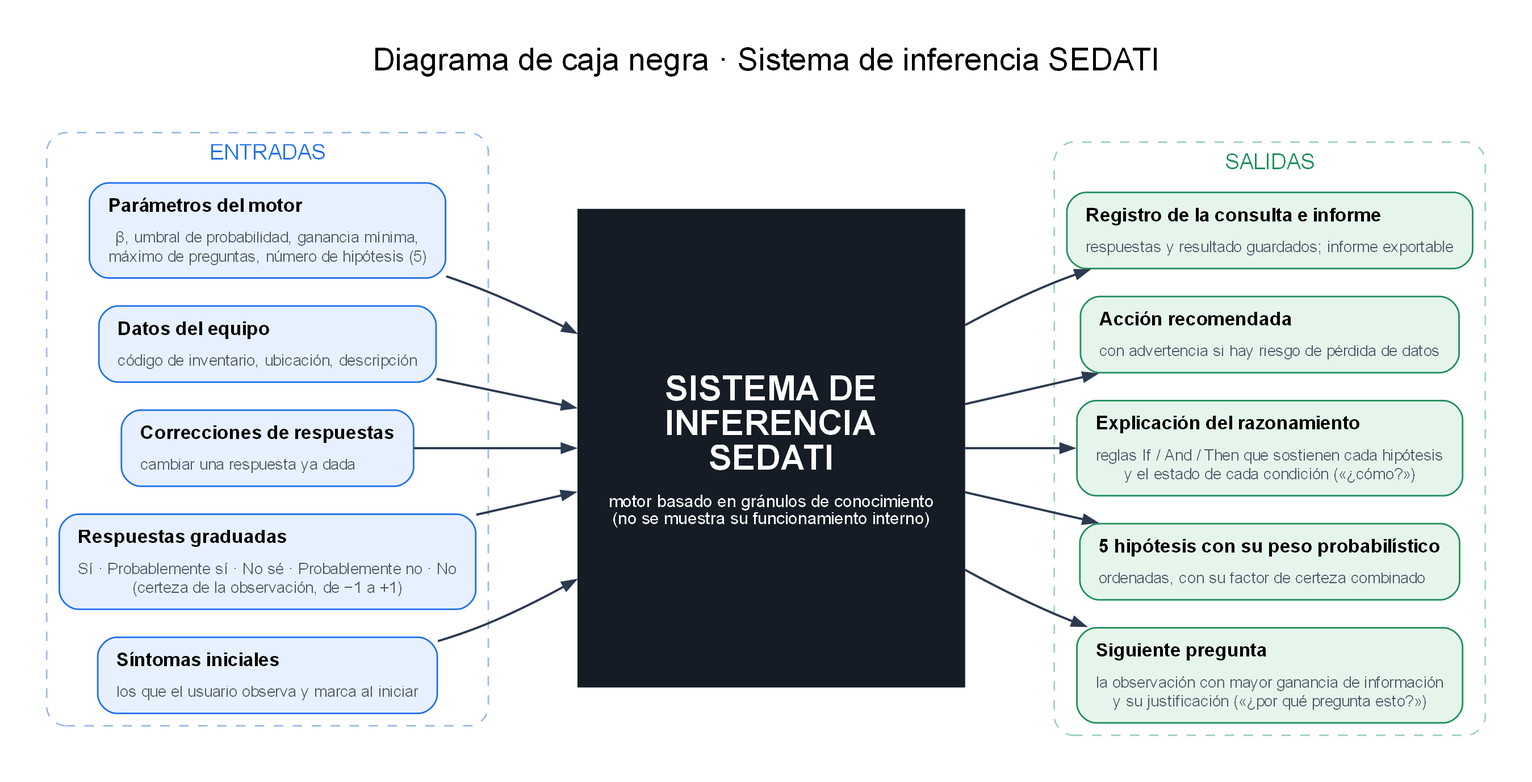
This is diseno/caja_negra.png from JuanCastro6208/SistemaExperto, a Graphviz export, as it was before one commit. Its source is kept beside it as diseno/caja_negra.dot.
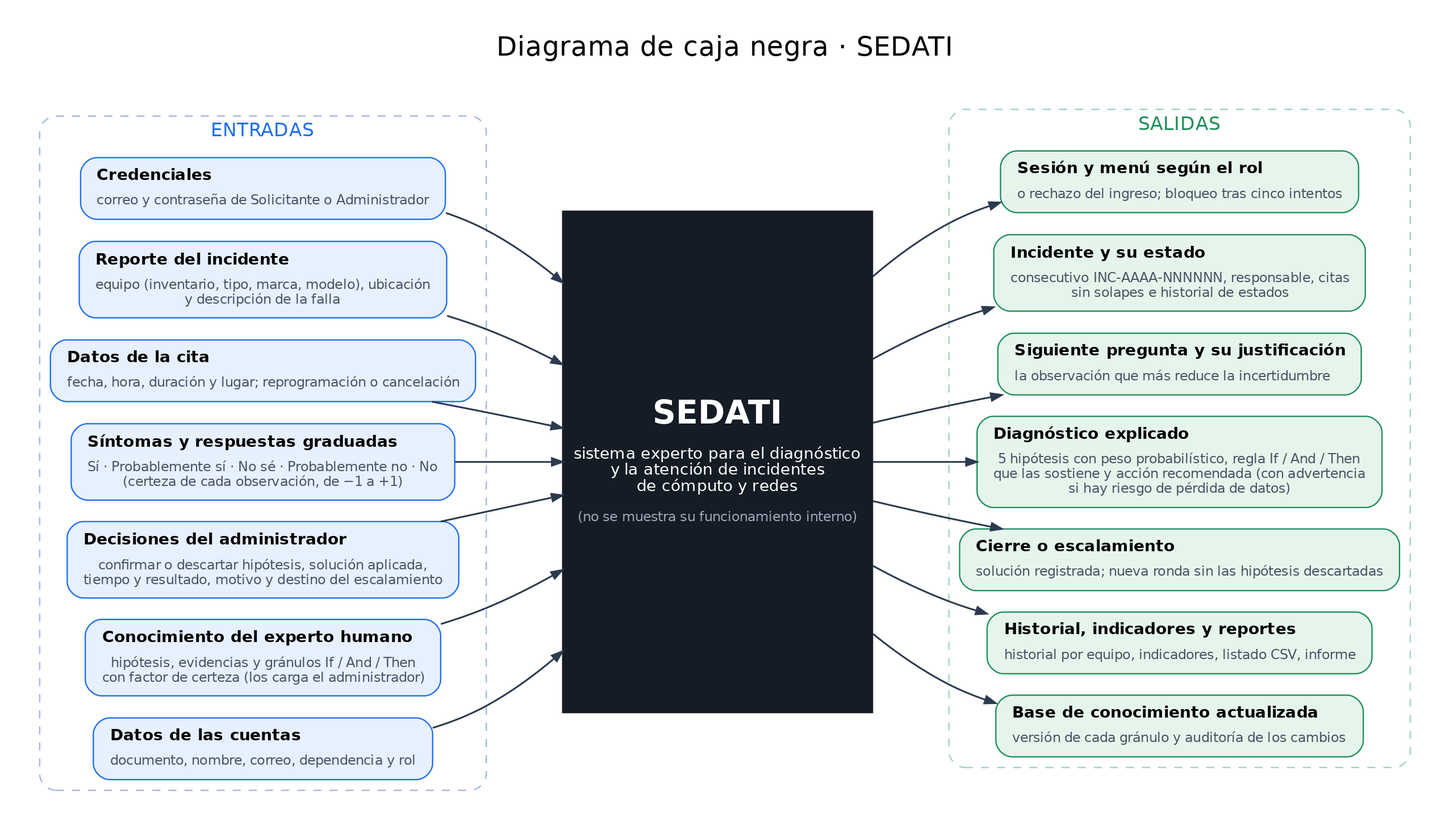
Later version of the same file.

What changed in the source:
```diff
@@ -1,32 +1,29 @@
 digraph caja_negra {
-  graph [rankdir=LR, fontname="Arial", fontsize=20, labelloc=t, label="Diagrama de caja negra · Sistema de inferencia SEDATI\n ",
-         nodesep=0.25, ranksep=0.9, pad=0.3, dpi=200, splines=spline];
-  node [fontname="Arial", fontsize=12];
-  edge [color="#2b3a4f", penwidth=1.4, arrowsize=0.8];
+  graph [rankdir=LR, fontname="DejaVu Sans", fontsize=20, labelloc=t, label="Diagrama de caja negra · SEDATI\n ",
+         nodesep=0.22, ranksep=0.9, pad=0.3, dpi=170, splines=spline];
+  node [fontname="DejaVu Sans", fontsize=12];
+  edge [color="#2b3a4f", penwidth=1.3, arrowsize=0.8];
+
   subgraph cluster_e { label="ENTRADAS"; fontsize=14; fontcolor="#1f6feb"; style="rounded,dashed"; color="#9db8e8";
-    e0 [shape=box, style="rounded,filled", fillcolor="#e7f0fe", color="#1f6feb", label=<<TABLE BORDER="0" CELLBORDER="0" CELLPADDING="2"><TR><TD ALIGN="LEFT"><B>Síntomas iniciales</B></TD></TR><TR><TD ALIGN="LEFT"><FONT POINT-SIZE="10" COLOR="#4a5565">los que el usuario observa y marca al iniciar</FONT></TD></TR></TABLE>>];
-    e1 [shape=box, style="rounded,filled", fillcolor="#e7f0fe", color="#1f6feb", label=<<TABLE BORDER="0" CELLBORDER="0" CELLPADDING="2"><TR><TD ALIGN="LEFT"><B>Respuestas graduadas</B></TD></TR><TR><TD ALIGN="LEFT"><FONT POINT-SIZE="10" COLOR="#4a5565">Sí · Probablemente sí · No sé · Probablemente no · No<BR/>(certeza de la observación, de −1 a +1)</FONT></TD></TR></TABLE>>];
-    e2 [shape=box, style="rounded,filled", fillcolor="#e7f0fe", color="#1f6feb", label=<<TABLE BORDER="0" CELLBORDER="0" CELLPADDING="2"><TR><TD ALIGN="LEFT"><B>Correcciones de respuestas</B></TD></TR><TR><TD ALIGN="LEFT"><FONT POINT-SIZE="10" COLOR="#4a5565">cambiar una respuesta ya dada</FONT></TD></TR></TABLE>>];
-    e3 [shape=box, style="rounded,filled", fillcolor="#e7f0fe", color="#1f6feb", label=<<TABLE BORDER="0" CELLBORDER="0" CELLPADDING="2"><TR><TD ALIGN="LEFT"><B>Datos del equipo</B></TD></TR><TR><TD ALIGN="LEFT"><FONT POINT-SIZE="10" COLOR="#4a5565">código de inventario, ubicación, descripción</FONT></TD></TR></TABLE>>];
-    e4 [shape=box, style="rounded,filled", fillcolor="#e7f0fe", color="#1f6feb", label=<<TABLE BORDER="0" CELLBORDER="0" CELLPADDING="2"><TR><TD ALIGN="LEFT"><B>Parámetros del motor</B></TD></TR><TR><TD ALIGN="LEFT"><FONT POINT-SIZE="10" COLOR="#4a5565">β, umbral de probabilidad, ganancia mínima,<BR/>máximo de preguntas, número de hipótesis (5)</FONT></TD></TR></TABLE>>];
+    e0 [shape=box, style="rounded,filled", fillcolor="#e7f0fe", color="#1f6feb", label=<<TABLE BORDER="0" CELLBORDER="0" CELLPADDING="2"><TR><TD ALIGN="LEFT"><B>Credenciales</B></TD></TR><TR><TD ALIGN="LEFT"><FONT POINT-SIZE="10" COLOR="#4a5565">correo y contraseña de Solicitante o Administrador</FONT></TD></TR></TABLE>>];
+    e1 [shape=box, style="rounded,filled", fillcolor="#e7f0fe", color="#1f6feb", label=<<TABLE BORDER="0" CELLBORDER="0" CELLPADDING="2"><TR><TD ALIGN="LEFT"><B>Reporte del incidente</B></TD></TR><TR><TD ALIGN="LEFT"><FONT POINT-SIZE="10" COLOR="#4a5565">equipo (inventario, tipo, marca, modelo), ubicación<BR/>y descripción de la falla</FONT></TD></TR></TABLE>>];
+    e2 [shape=box, style="rounded,filled", fillcolor="#e7f0fe", color="#1f6feb", label=<<TABLE BORDER="0" CELLBORDER="0" CELLPADDING="2"><TR><TD ALIGN="LEFT"><B>Datos de la cita</B></TD></TR><TR><TD ALIGN="LEFT"><FONT POINT-SIZE="10" COLOR="#4a5565">fecha, hora, duración y lugar; reprogramación o cancelación</FONT></TD></TR></TABLE>>];
+    e3 [shape=box, style="rounded,filled", fillcolor="#e7f0fe", color="#1f6feb", label=<<TABLE BORDER="0" CELLBORDER="0" CELLPADDING="2"><TR><TD ALIGN="LEFT"><B>Síntomas y respuestas graduadas</B></TD></TR><TR><TD ALIGN="LEFT"><FONT POINT-SIZE="10" COLOR="#4a5565">Sí · Probablemente sí · No sé · Probablemente no · No<BR/>(certeza de cada observación, de −1 a +1)</FONT></TD></TR></TABLE>>];
+    e4 [shape=box, style="rounded,filled", fillcolor="#e7f0fe", color="#1f6feb", label=<<TABLE BORDER="0" CELLBORDER="0" CELLPADDING="2"><TR><TD ALIGN="LEFT"><B>Decisiones del administrador</B></TD></TR><TR><TD ALIGN="LEFT"><FONT POINT-SIZE="10" COLOR="#4a5565">confirmar o descartar hipótesis, solución aplicada,<BR/>tiempo y resultado, motivo y destino del escalamiento</FONT></TD></TR></TABLE>>];
+    e5 [shape=box, style="rounded,filled", fillcolor="#e7f0fe", color="#1f6feb", label=<<TABLE BORDER="0" CELLBORDER="0" CELLPADDING="2"><TR><TD ALIGN="LEFT"><B>Conocimiento del experto humano</B></TD></TR><TR><TD ALIGN="LEFT"><FONT POINT-SIZE="10" COLOR="#4a5565">hipótesis, evidencias y gránulos If / And / Then<BR/>con factor de certeza (los carga el administrador)</FONT></TD></TR></TABLE>>];
+    e6 [shape=box, style="rounded,filled", fillcolor="#e7f0fe", color="#1f6feb", label=<<TABLE BORDER="0" CELLBORDER="0" CELLPADDING="2"><TR><TD ALIGN="LEFT"><B>Datos de las cuentas</B></TD></TR><TR><TD ALIGN="LEFT"><FONT POINT-SIZE="10" COLOR="#4a5565">documento, nombre, correo, dependencia y rol</FONT></TD></TR></TABLE>>];
   }
-  motor [shape=box, style="filled", fillcolor="#151c25", fontcolor="white", color="#151c25", width=3.4, height=4.2,
-         label=<<FONT POINT-SIZE="22"><B>SISTEMA DE<BR/>INFERENCIA<BR/>SEDATI</B></FONT><BR/><BR/><FONT POINT-SIZE="11">motor basado en gránulos de conocimiento<BR/>(no se muestra su funcionamiento interno)</FONT>>];
+  sis [shape=box, style="filled", fillcolor="#151c25", fontcolor="white", color="#151c25", width=3.2, height=5.2,
+       label=<<FONT POINT-SIZE="24"><B>SEDATI</B></FONT><BR/><BR/><FONT POINT-SIZE="12">sistema experto para el diagnóstico<BR/>y la atención de incidentes<BR/>de cómputo y redes</FONT><BR/><BR/><FONT POINT-SIZE="10" COLOR="#9aa6b8">(no se muestra su funcionamiento interno)</FONT>>];
   subgraph cluster_s { label="SALIDAS"; fontsize=14; fontcolor="#1e8e5a"; style="rounded,dashed"; color="#9ed3b5";
-    s0 [shape=box, style="rounded,filled", fillcolor="#e6f5ec", color="#1e8e5a", label=<<TABLE BORDER="0" CELLBORDER="0" CELLPADDING="2"><TR><TD ALIGN="LEFT"><B>Siguiente pregunta</B></TD></TR><TR><TD ALIGN="LEFT"><FONT POINT-SIZE="10" COLOR="#4a5565">la observación con mayor ganancia de información<BR/>y su justificación («¿por qué pregunta esto?»)</FONT></TD></TR></TABLE>>];
-    s1 [shape=box, style="rounded,filled", fillcolor="#e6f5ec", color="#1e8e5a", label=<<TABLE BORDER="0" CELLBORDER="0" CELLPADDING="2"><TR><TD ALIGN="LEFT"><B>5 hipótesis con su peso probabilístico</B></TD></TR><TR><TD ALIGN="LEFT"><FONT POINT-SIZE="10" COLOR="#4a5565">ordenadas, con su factor de certeza combinado</FONT></TD></TR></TABLE>>];
-    s2 [shape=box, style="rounded,filled", fillcolor="#e6f5ec", color="#1e8e5a", label=<<TABLE BORDER="0" CELLBORDER="0" CELLPADDING="2"><TR><TD ALIGN="LEFT"><B>Explicación del razonamiento</B></TD></TR><TR><TD ALIGN="LEFT"><FONT POINT-SIZE="10" COLOR="#4a5565">reglas If / And / Then que sostienen cada hipótesis<BR/>y el estado de cada condición («¿cómo?»)</FONT></TD></TR></TABLE>>];
-    s3 [shape=box, style="rounded,filled", fillcolor="#e6f5ec", color="#1e8e5a", label=<<TABLE BORDER="0" CELLBORDER="0" CELLPADDING="2"><TR><TD ALIGN="LEFT"><B>Acción recomendada</B></TD></TR><TR><TD ALIGN="LEFT"><FONT POINT-SIZE="10" COLOR="#4a5565">con advertencia si hay riesgo de pérdida de datos</FONT></TD></TR></TABLE>>];
-    s4 [shape=box, style="rounded,filled", fillcolor="#e6f5ec", color="#1e8e5a", label=<<TABLE BORDER="0" CELLBORDER="0" CELLPADDING="2"><TR><TD ALIGN="LEFT"><B>Registro de la consulta e informe</B></TD></TR><TR><TD ALIGN="LEFT"><FONT POINT-SIZE="10" COLOR="#4a5565">respuestas y resultado guardados; informe exportable</FONT></TD></TR></TABLE>>];
+    s0 [shape=box, style="rounded,filled", fillcolor="#e6f5ec", color="#1e8e5a", label=<<TABLE BORDER="0" CELLBORDER="0" CELLPADDING="2"><TR><TD ALIGN="LEFT"><B>Sesión y menú según el rol</B></TD></TR><TR><TD ALIGN="LEFT"><FONT POINT-SIZE="10" COLOR="#4a5565">o rechazo del ingreso; bloqueo tras cinco intentos</FONT></TD></TR></TABLE>>];
+    s1 [shape=box, style="rounded,filled", fillcolor="#e6f5ec", color="#1e8e5a", label=<<TABLE BORDER="0" CELLBORDER="0" CELLPADDING="2"><TR><TD ALIGN="LEFT"><B>Incidente y su estado</B></TD></TR><TR><TD ALIGN="LEFT"><FONT POINT-SIZE="10" COLOR="#4a5565">consecutivo INC-AAAA-NNNNNN, responsable, citas<BR/>sin solapes e historial de estados</FONT></TD></TR></TABLE>>];
+    s2 [shape=box, style="rounded,filled", fillcolor="#e6f5ec", color="#1e8e5a", label=<<TABLE BORDER="0" CELLBORDER="0" CELLPADDING="2"><TR><TD ALIGN="LEFT"><B>Siguiente pregunta y su justificación</B></TD></TR><TR><TD ALIGN="LEFT"><FONT POINT-SIZE="10" COLOR="#4a5565">la observación que más reduce la incertidumbre</FONT></TD></TR></TABLE>>];
+    s3 [shape=box, style="rounded,filled", fillcolor="#e6f5ec", color="#1e8e5a", label=<<TABLE BORDER="0" CELLBORDER="0" CELLPADDING="2"><TR><TD ALIGN="LEFT"><B>Diagnóstico explicado</B></TD></TR><TR><TD ALIGN="LEFT"><FONT POINT-SIZE="10" COLOR="#4a5565">5 hipótesis con peso probabilístico, regla If / And / Then<BR/>que las sostiene y acción recomendada (con advertencia<BR/>si hay riesgo de pérdida de datos)</FONT></TD></TR></TABLE>>];
+    s4 [shape=box, style="rounded,filled", fillcolor="#e6f5ec", color="#1e8e5a", label=<<TABLE BORDER="0" CELLBORDER="0" CELLPADDING="2"><TR><TD ALIGN="LEFT"><B>Cierre o escalamiento</B></TD></TR><TR><TD ALIGN="LEFT"><FONT POINT-SIZE="10" COLOR="#4a5565">solución registrada; nueva ronda sin las hipótesis descartadas</FONT></TD></TR></TABLE>>];
+    s5 [shape=box, style="rounded,filled", fillcolor="#e6f5ec", color="#1e8e5a", label=<<TABLE BORDER="0" CELLBORDER="0" CELLPADDING="2"><TR><TD ALIGN="LEFT"><B>Historial, indicadores y reportes</B></TD></TR><TR><TD ALIGN="LEFT"><FONT POINT-SIZE="10" COLOR="#4a5565">historial por equipo, indicadores, listado CSV, informe</FONT></TD></TR></TABLE>>];
+    s6 [shape=box, style="rounded,filled", fillcolor="#e6f5ec", color="#1e8e5a", label=<<TABLE BORDER="0" CELLBORDER="0" CELLPADDING="2"><TR><TD ALIGN="LEFT"><B>Base de conocimiento actualizada</B></TD></TR><TR><TD ALIGN="LEFT"><FONT POINT-SIZE="10" COLOR="#4a5565">versión de cada gránulo y auditoría de los cambios</FONT></TD></TR></TABLE>>];
   }
-  e0 -> motor;
-  e1 -> motor;
-  e2 -> motor;
-  e3 -> motor;
-  e4 -> motor;
-  motor -> s0;
-  motor -> s1;
-  motor -> s2;
-  motor -> s3;
-  motor -> s4;
+  e0 -> sis; e1 -> sis; e2 -> sis; e3 -> sis; e4 -> sis; e5 -> sis; e6 -> sis;
+  sis -> s0; sis -> s1; sis -> s2; sis -> s3; sis -> s4; sis -> s5; sis -> s6;
 }
```
